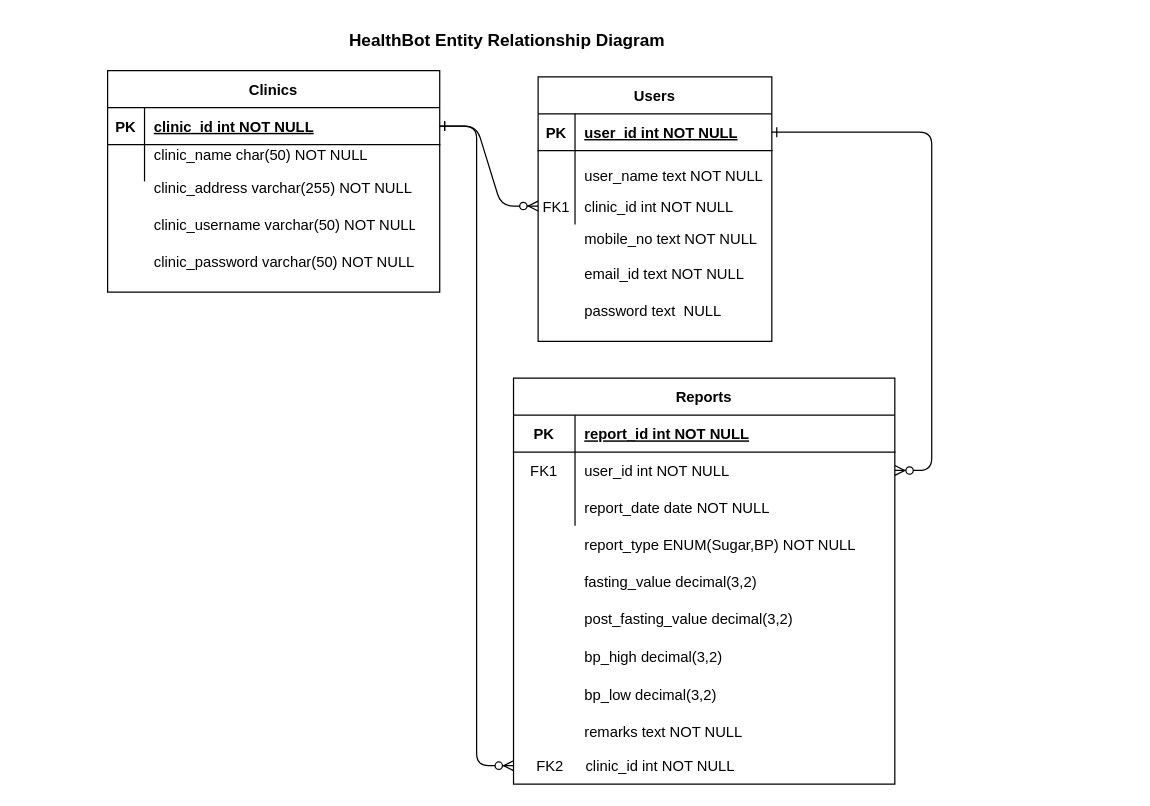
The draw.io diagram ERDiagram.drawio in pranavn35/ProjectDiagrams, before the edit. Source tidied: cells renumbered, new cells numbered last; positions are measured from the earlier drawing's top-left corner, leaving out a move shared by most shapes. Both pictures are drawn from the tidied source at 123%, with x=0, y=0 at pixel (107, 21).
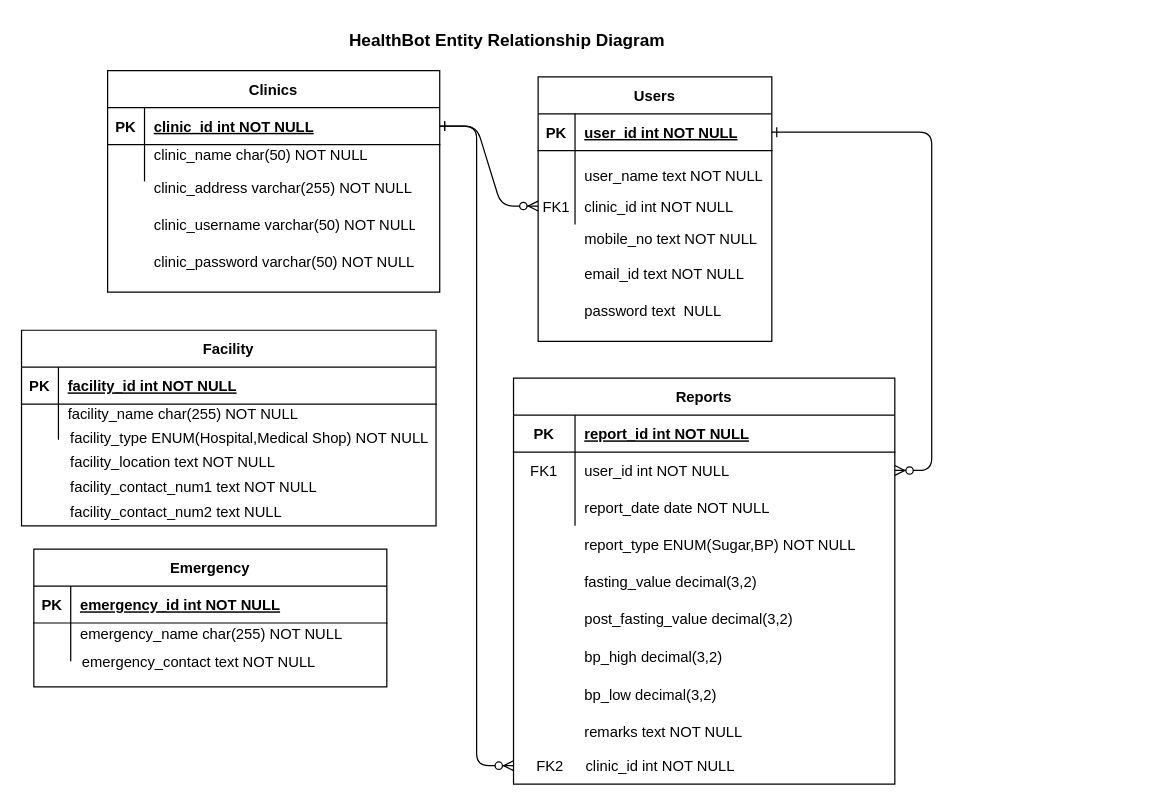
Above is the later version.

What changed in the source:
```diff
@@
+    <mxCell id="55" value="Facility" style="shape=table;startSize=30;childLayout=tableLayout;rowLines=0;fontStyle=1;align=center;fontColor=default;fillColor=default;strokeColor=default;" parent="1" vertex="1">
+      <mxGeometry x="-70" y="251" width="337" height="159" as="geometry" />
+    </mxCell>
+    <mxCell id="56" style="shape=partialRectangle;fillColor=none;top=0;left=0;right=0;bottom=1;fontColor=default;" parent="55" vertex="1">
+      <mxGeometry y="30" width="337" height="30" as="geometry" />
+    </mxCell>
+    <mxCell id="57" value="PK" style="shape=partialRectangle;overflow=hidden;fillColor=none;top=0;left=0;bottom=0;right=0;fontStyle=1;" parent="56" vertex="1">
+      <mxGeometry width="30" height="30" as="geometry" />
+    </mxCell>
+    <mxCell id="58" value="facility_id int NOT NULL " style="shape=partialRectangle;overflow=hidden;fillColor=none;top=0;left=0;bottom=0;right=0;align=left;spacingLeft=6;fontStyle=5;fontColor=default;" parent="56" vertex="1">
+      <mxGeometry x="30" width="307" height="30" as="geometry" />
+    </mxCell>
+    <mxCell id="59" style="shape=partialRectangle;fillColor=none;top=0;left=0;right=0;bottom=0;strokeColor=default;fontColor=default;" parent="55" vertex="1">
+      <mxGeometry y="60" width="337" height="29" as="geometry" />
+    </mxCell>
+    <mxCell id="60" style="shape=partialRectangle;overflow=hidden;fillColor=none;top=0;left=0;bottom=0;right=0;" parent="59" vertex="1">
+      <mxGeometry width="30" height="29" as="geometry" />
+    </mxCell>
+    <mxCell id="61" value="facility_name char(255) NOT NULL&#10;" style="shape=partialRectangle;overflow=hidden;fillColor=none;top=0;left=0;bottom=0;right=0;align=left;spacingLeft=6;fontColor=default;strokeColor=default;fontSize=12;" parent="59" vertex="1">
+      <mxGeometry x="30" width="307" height="29" as="geometry" />
+    </mxCell>
+    <mxCell id="62" value="facility_type ENUM(Hospital,Medical Shop) NOT NULL&#10;" style="shape=partialRectangle;overflow=hidden;fillColor=none;top=0;left=0;bottom=0;right=0;align=left;spacingLeft=6;fontColor=default;strokeColor=default;fontSize=12;" parent="1" vertex="1">
+      <mxGeometry x="-38" y="330" width="308" height="30" as="geometry" />
+    </mxCell>
+    <mxCell id="63" value="facility_location text NOT NULL&#10;" style="shape=partialRectangle;overflow=hidden;fillColor=none;top=0;left=0;bottom=0;right=0;align=left;spacingLeft=6;fontColor=default;strokeColor=default;fontSize=12;" parent="1" vertex="1">
+      <mxGeometry x="-38" y="350" width="308" height="30" as="geometry" />
+    </mxCell>
+    <mxCell id="64" value="facility_contact_num1 text NOT NULL&#10;" style="shape=partialRectangle;overflow=hidden;fillColor=none;top=0;left=0;bottom=0;right=0;align=left;spacingLeft=6;fontColor=default;strokeColor=default;fontSize=12;" parent="1" vertex="1">
+      <mxGeometry x="-38" y="370" width="308" height="30" as="geometry" />
+    </mxCell>
+    <mxCell id="65" value="facility_contact_num2 text NULL&#10;" style="shape=partialRectangle;overflow=hidden;fillColor=none;top=0;left=0;bottom=0;right=0;align=left;spacingLeft=6;fontColor=default;strokeColor=default;fontSize=12;" parent="1" vertex="1">
+      <mxGeometry x="-38" y="390" width="308" height="30" as="geometry" />
+    </mxCell>
+    <mxCell id="66" value="Emergency" style="shape=table;startSize=30;childLayout=tableLayout;rowLines=0;fontStyle=1;align=center;fontColor=default;fillColor=default;strokeColor=default;" parent="1" vertex="1">
+      <mxGeometry x="-60" y="429" width="287" height="112" as="geometry" />
+    </mxCell>
+    <mxCell id="67" style="shape=partialRectangle;fillColor=none;top=0;left=0;right=0;bottom=1;fontColor=default;" parent="66" vertex="1">
+      <mxGeometry y="30" width="287" height="30" as="geometry" />
+    </mxCell>
+    <mxCell id="68" value="PK" style="shape=partialRectangle;overflow=hidden;fillColor=none;top=0;left=0;bottom=0;right=0;fontStyle=1;" parent="67" vertex="1">
+      <mxGeometry width="30" height="30" as="geometry" />
+    </mxCell>
+    <mxCell id="69" value="emergency_id int NOT NULL " style="shape=partialRectangle;overflow=hidden;fillColor=none;top=0;left=0;bottom=0;right=0;align=left;spacingLeft=6;fontStyle=5;fontColor=default;" parent="67" vertex="1">
+      <mxGeometry x="30" width="257" height="30" as="geometry" />
+    </mxCell>
+    <mxCell id="70" style="shape=partialRectangle;fillColor=none;top=0;left=0;right=0;bottom=0;strokeColor=default;fontColor=default;" parent="66" vertex="1">
+      <mxGeometry y="60" width="287" height="31" as="geometry" />
+    </mxCell>
+    <mxCell id="71" style="shape=partialRectangle;overflow=hidden;fillColor=none;top=0;left=0;bottom=0;right=0;" parent="70" vertex="1">
+      <mxGeometry width="30" height="31" as="geometry" />
+    </mxCell>
+    <mxCell id="72" value="emergency_name char(255) NOT NULL&#10;" style="shape=partialRectangle;overflow=hidden;fillColor=none;top=0;left=0;bottom=0;right=0;align=left;spacingLeft=6;fontColor=default;strokeColor=default;fontSize=12;" parent="70" vertex="1">
+      <mxGeometry x="30" width="257" height="31" as="geometry" />
+    </mxCell>
+    <mxCell id="73" value="emergency_contact text NOT NULL&#10;" style="shape=partialRectangle;overflow=hidden;fillColor=none;top=0;left=0;bottom=0;right=0;align=left;spacingLeft=6;fontColor=default;strokeColor=default;fontSize=12;" parent="1" vertex="1">
+      <mxGeometry x="-28.5" y="512" width="307" height="29" as="geometry" />
+    </mxCell>
```
